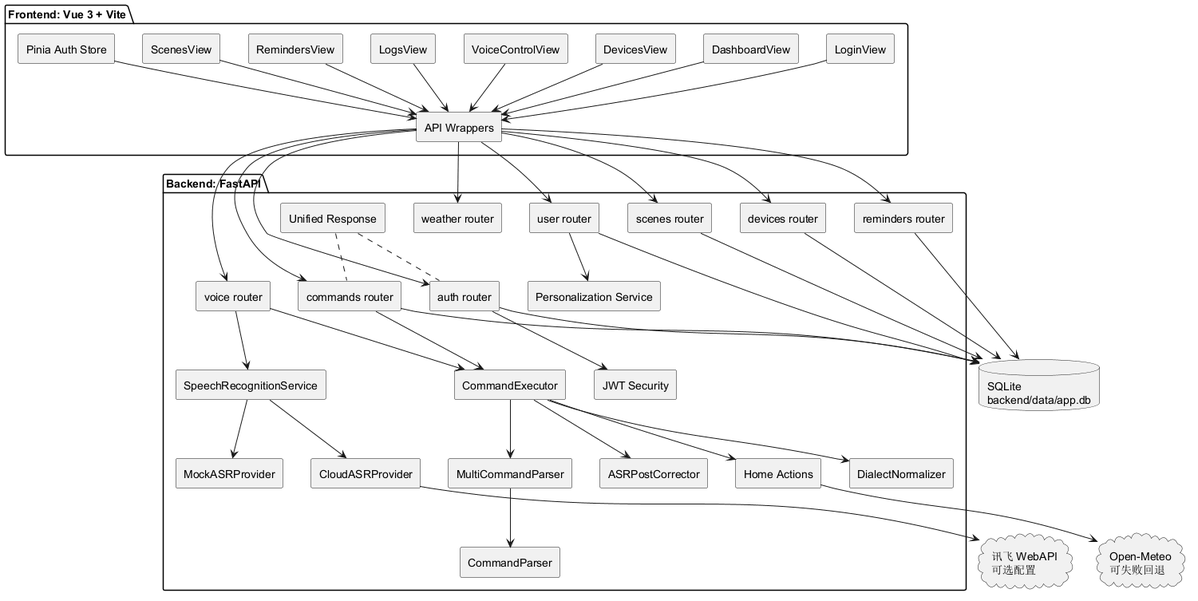
This is docs/diagrams/architecture.png from Hushpath/smart-home-voice-assistant, a PlantUML export, as it was before one commit. Its source is kept beside it as docs/diagrams/architecture.puml. Its diagram source:
```plantuml
@startuml
title 智能家居语音交互助手总体架构
top to bottom direction
skinparam componentStyle rectangle
skinparam packageStyle rectangle
skinparam shadowing false
skinparam defaultFontSize 18
skinparam titleFontSize 22
skinparam ArrowFontSize 14
skinparam packageFontSize 18

actor "家庭用户" as User

rectangle "前端 Vue 3 + Vite\n页面、组件、路由守卫\nPinia、Axios API 封装\n浏览器语音识别 / 文本输入" as FE
rectangle "后端 FastAPI /api\nrouter、schema、core\n统一响应与 JWT 鉴权" as API
rectangle "业务服务层\nASR Service / Provider\n文本理解 Pipeline\nCommandExecutor\npersonalization / home_actions" as Service
database "SQLite app.db\n用户、家庭、房间、虚拟设备\n日志、历史、提醒、场景、偏好" as DB
file "asr_config.json\n本地 ASR 配置" as ASRConfig
cloud "外部服务\n云端 ASR / Open-Meteo" as External

User --> FE
FE --> API : /api JSON / multipart
API --> Service
Service --> DB : 读写业务数据
Service --> ASRConfig : 读取配置
Service --> External : ASR / 天气

note bottom of DB
  当前设备状态是虚拟设备状态，
  不代表真实硬件状态。
end note
@enduml
```
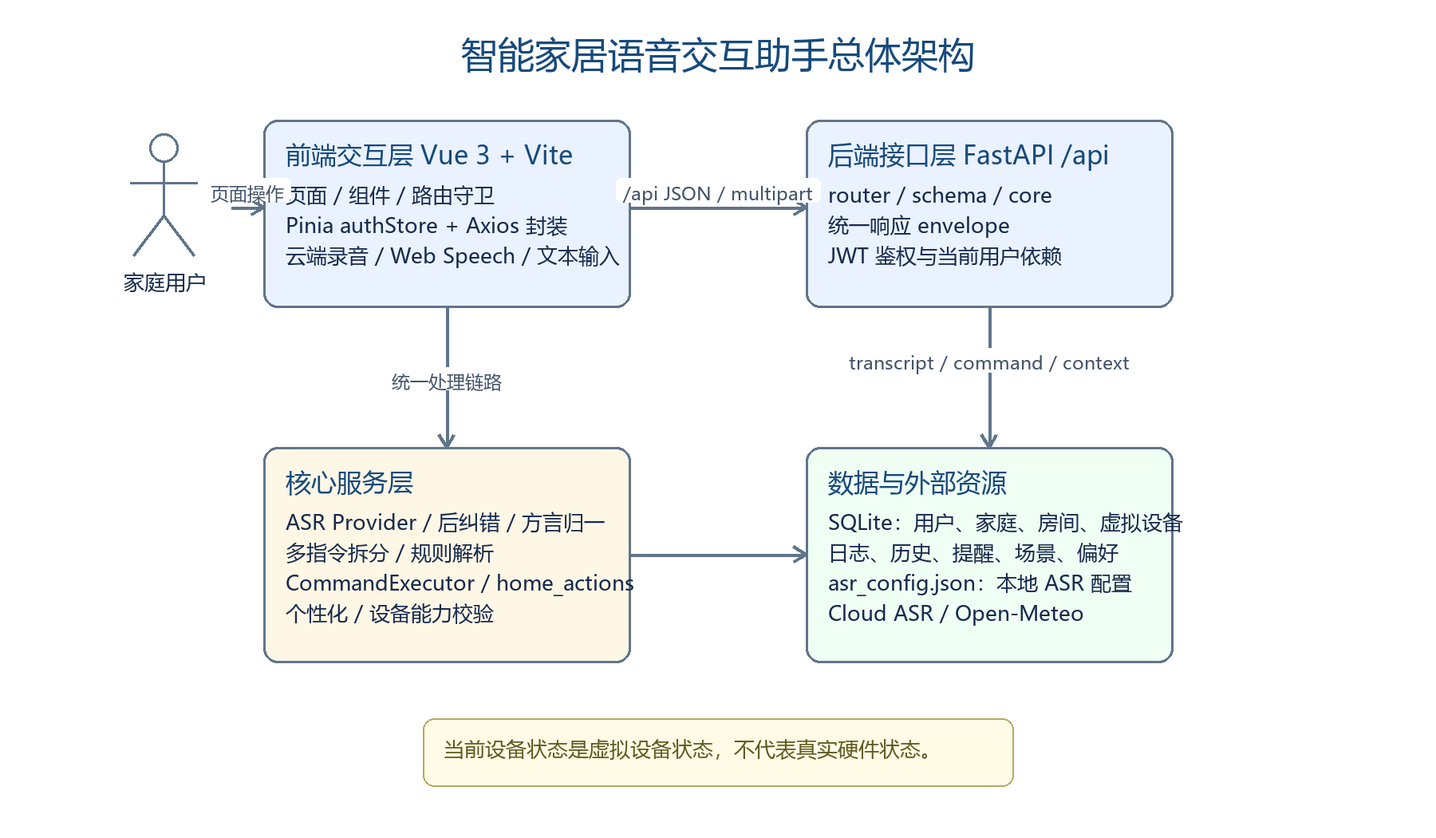
Later version of the same file.

What changed in the source:
```diff
@@ -1,6 +1,6 @@
 @startuml
 title 智能家居语音交互助手总体架构
-top to bottom direction
+left to right direction
 skinparam componentStyle rectangle
 skinparam packageStyle rectangle
 skinparam shadowing false
@@ -8,24 +8,32 @@
 skinparam titleFontSize 22
 skinparam ArrowFontSize 14
 skinparam packageFontSize 18
+skinparam roundcorner 10
+skinparam rectangle {
+  BorderColor #7A869A
+  FontColor #172B4D
+}
 
 actor "家庭用户" as User
 
-rectangle "前端 Vue 3 + Vite\n页面、组件、路由守卫\nPinia、Axios API 封装\n浏览器语音识别 / 文本输入" as FE
-rectangle "后端 FastAPI /api\nrouter、schema、core\n统一响应与 JWT 鉴权" as API
-rectangle "业务服务层\nASR Service / Provider\n文本理解 Pipeline\nCommandExecutor\npersonalization / home_actions" as Service
-database "SQLite app.db\n用户、家庭、房间、虚拟设备\n日志、历史、提醒、场景、偏好" as DB
-file "asr_config.json\n本地 ASR 配置" as ASRConfig
-cloud "外部服务\n云端 ASR / Open-Meteo" as External
+rectangle "前端交互层 Vue 3 + Vite\n页面 / 组件 / 路由守卫\nPinia + Axios API 封装" as FE #EEF5FF
 
-User --> FE
-FE --> API : /api JSON / multipart
-API --> Service
-Service --> DB : 读写业务数据
-Service --> ASRConfig : 读取配置
-Service --> External : ASR / 天气
+rectangle "后端接口层 FastAPI /api\nrouter / schema / core\n统一响应 envelope\nJWT 鉴权与当前用户依赖" as API #EAF2FF
 
-note bottom of DB
+rectangle "核心服务层\nASR Provider / 后纠错 / 方言归一\nMultiCommandParser / CommandParser\nCommandExecutor / home_actions\npersonalization / device_capabilities" as Service #FFF7E6
+
+rectangle "数据与外部资源\nSQLite app.db：用户、家庭、房间、虚拟设备、日志、历史\nasr_config.json：本地 ASR 配置\nCloud ASR / Open-Meteo：识别与天气查询" as Resources #F0FFF4
+
+User --> FE : 页面操作
+FE --> API : /api JSON / multipart\n云端录音 / Web Speech / 文本输入
+API --> Service : transcript / command / context
+Service --> Resources : 读写业务数据\n读取配置 / 调用外部服务
+
+FE -[hidden]down-> Service
+API -[hidden]down-> Resources
+Service -[hidden]right-> Resources
+
+note bottom of Resources
   当前设备状态是虚拟设备状态，
   不代表真实硬件状态。
 end note
```
